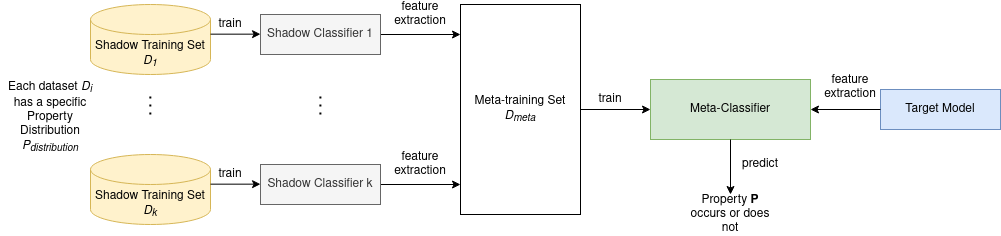
privML/privacy-evaluator keeps this draw.io diagram as docs/Property_Interference_Attacks.png. Above is the earlier version. Source tidied: cells renumbered, new cells last; positions are measured from the earlier drawing's top-left corner, leaving out a move shared by most shapes.
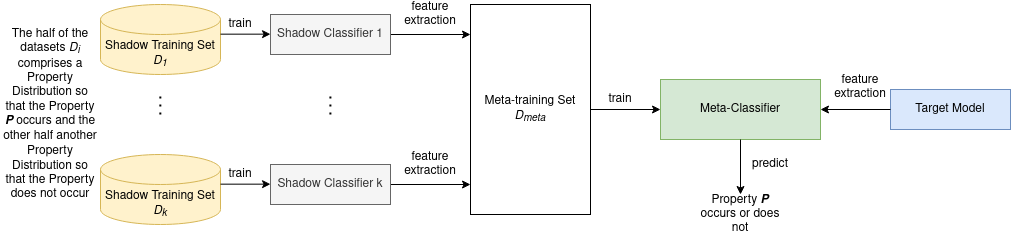
Above is the later version.

Commit message:
Update: added the function perform_prediction in class PropertyInferenceAttackSkeleton and updated visualization of the Property Inference Attack as well as the corresponding text

Change to the diagram source:
```diff
@@ -8,7 +8,7 @@
     <mxCell id="3" value="Meta-Classifier" style="whiteSpace=wrap;html=1;fillColor=#d5e8d4;strokeColor=#82b366;" parent="1" vertex="1">
       <mxGeometry x="650" y="75" width="160" height="60" as="geometry" />
     </mxCell>
-    <mxCell id="4" value="Property &lt;b&gt;P&lt;/b&gt; occurs or does not" style="text;html=1;strokeColor=none;fillColor=none;align=center;verticalAlign=middle;whiteSpace=wrap;" parent="1" vertex="1">
+    <mxCell id="4" value="Property &lt;b&gt;&lt;i&gt;P&lt;/i&gt;&lt;/b&gt; occurs or does not" style="text;html=1;strokeColor=none;fillColor=none;align=center;verticalAlign=middle;whiteSpace=wrap;" parent="1" vertex="1">
       <mxGeometry x="685" y="190" width="90" height="40" as="geometry" />
     </mxCell>
     <mxCell id="5" style="endArrow=classic;html=1;exitX=0.5;exitY=1;exitDx=0;exitDy=0;" parent="1" edge="1" source="3">
@@ -76,8 +76,8 @@
         <mxPoint x="149.8" y="90" as="targetPoint" />
       </mxGeometry>
     </mxCell>
-    <mxCell id="20" value="&lt;div&gt;Each dataset &lt;i&gt;D&lt;sub&gt;i &lt;/sub&gt;&lt;/i&gt;has a specific Property Distribution &lt;i&gt;P&lt;sub&gt;distribution&lt;/sub&gt;&lt;/i&gt;&lt;/div&gt;" style="text;html=1;strokeColor=none;fillColor=none;align=center;verticalAlign=middle;whiteSpace=wrap;" parent="1" vertex="1">
-      <mxGeometry y="60" width="100" height="105" as="geometry" />
+    <mxCell id="20" value="&lt;div align=&quot;center&quot;&gt;The half of the datasets&lt;i&gt; D&lt;sub&gt;i&lt;/sub&gt;&lt;/i&gt; comprises a Property Distribution so that the Property &lt;b&gt;&lt;i&gt;P&lt;/i&gt;&lt;/b&gt; occurs and the other half another&lt;i&gt;&lt;sub&gt; &lt;/sub&gt;&lt;/i&gt;Property Distribution so that the Property does not occur&lt;br&gt;&lt;/div&gt;" style="text;html=1;strokeColor=none;fillColor=none;align=center;verticalAlign=middle;whiteSpace=wrap;" parent="1" vertex="1">
+      <mxGeometry x="-10" y="10" width="100" height="200" as="geometry" />
     </mxCell>
     <mxCell id="21" value="predict" style="text;html=1;strokeColor=none;fillColor=none;align=center;verticalAlign=middle;whiteSpace=wrap;" parent="1" vertex="1">
       <mxGeometry x="740" y="150" width="40" height="20" as="geometry" />
```
